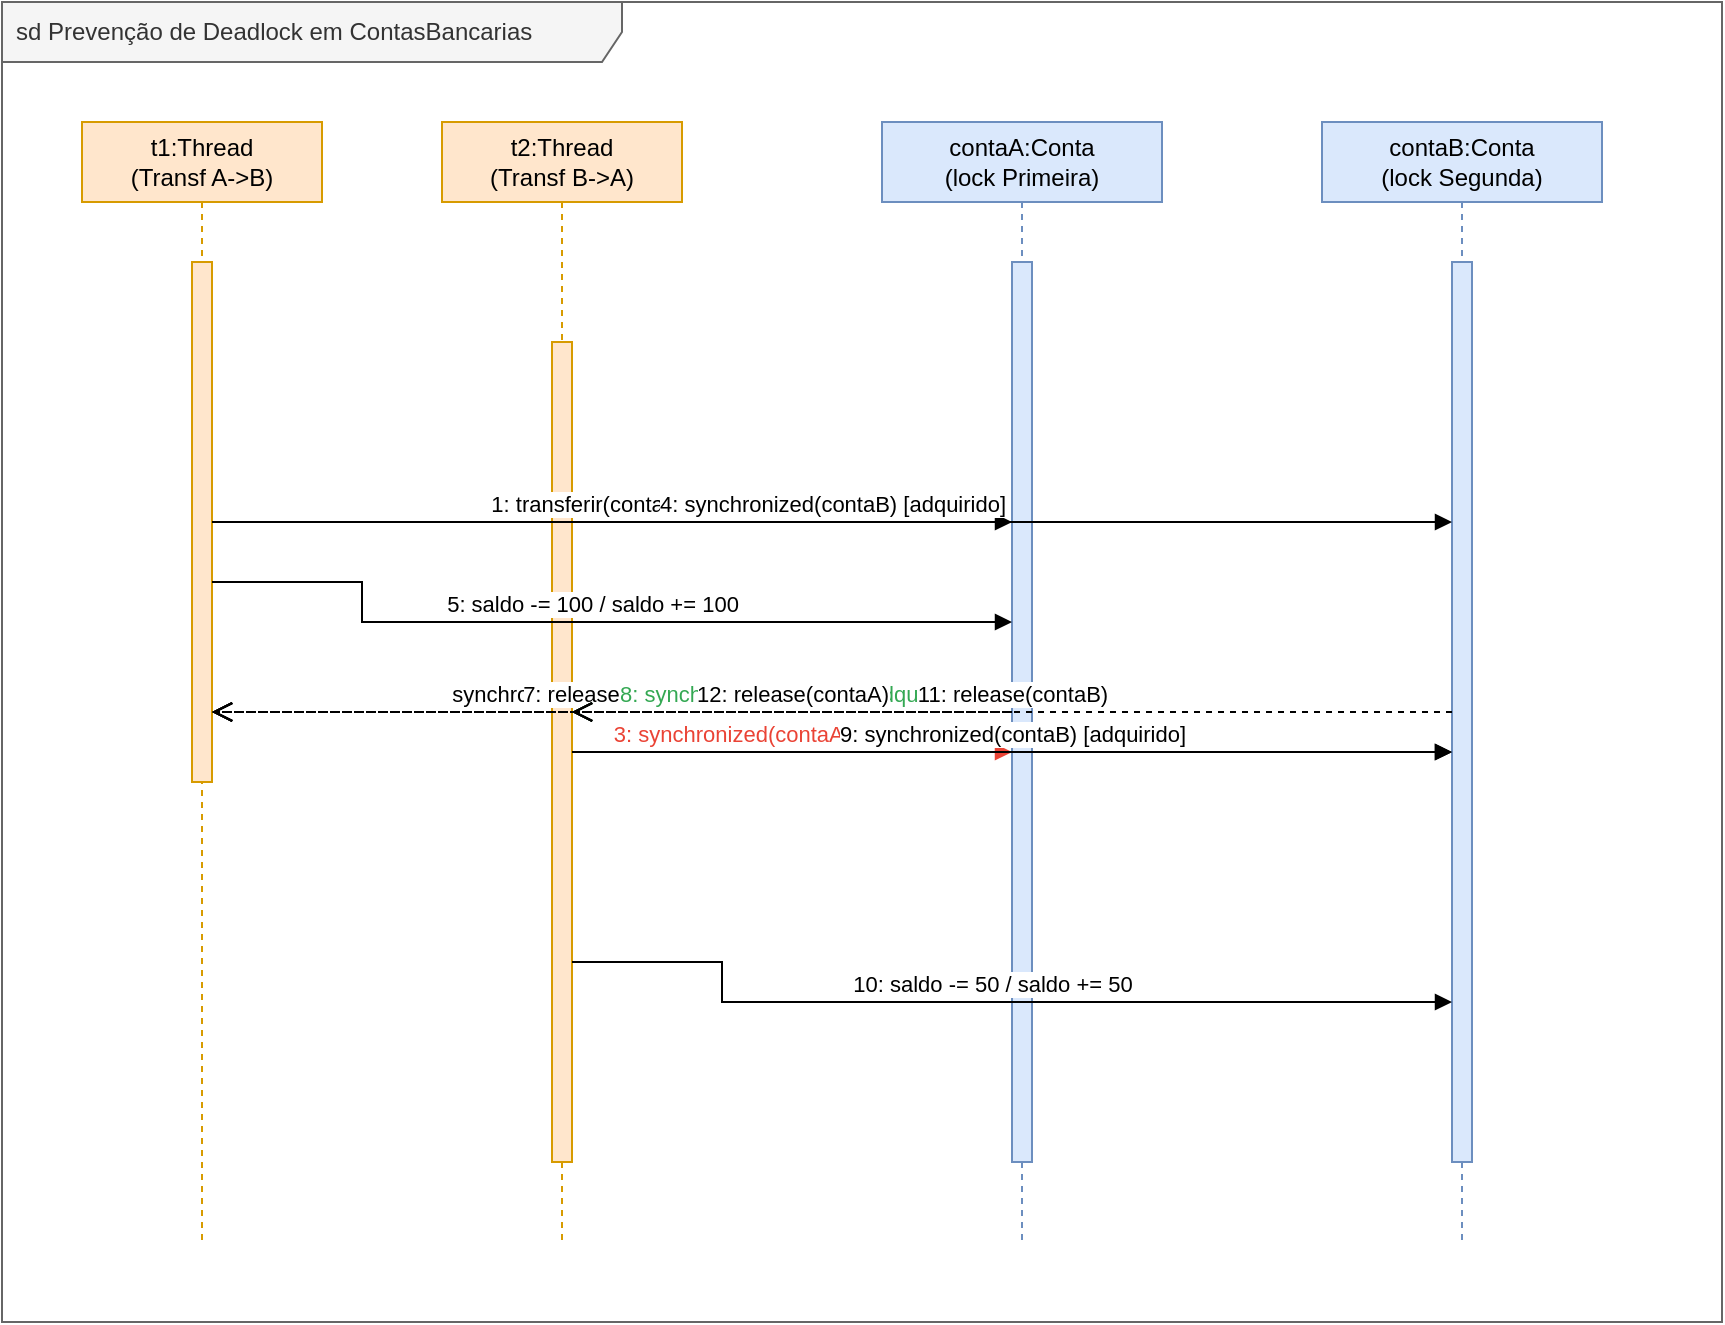
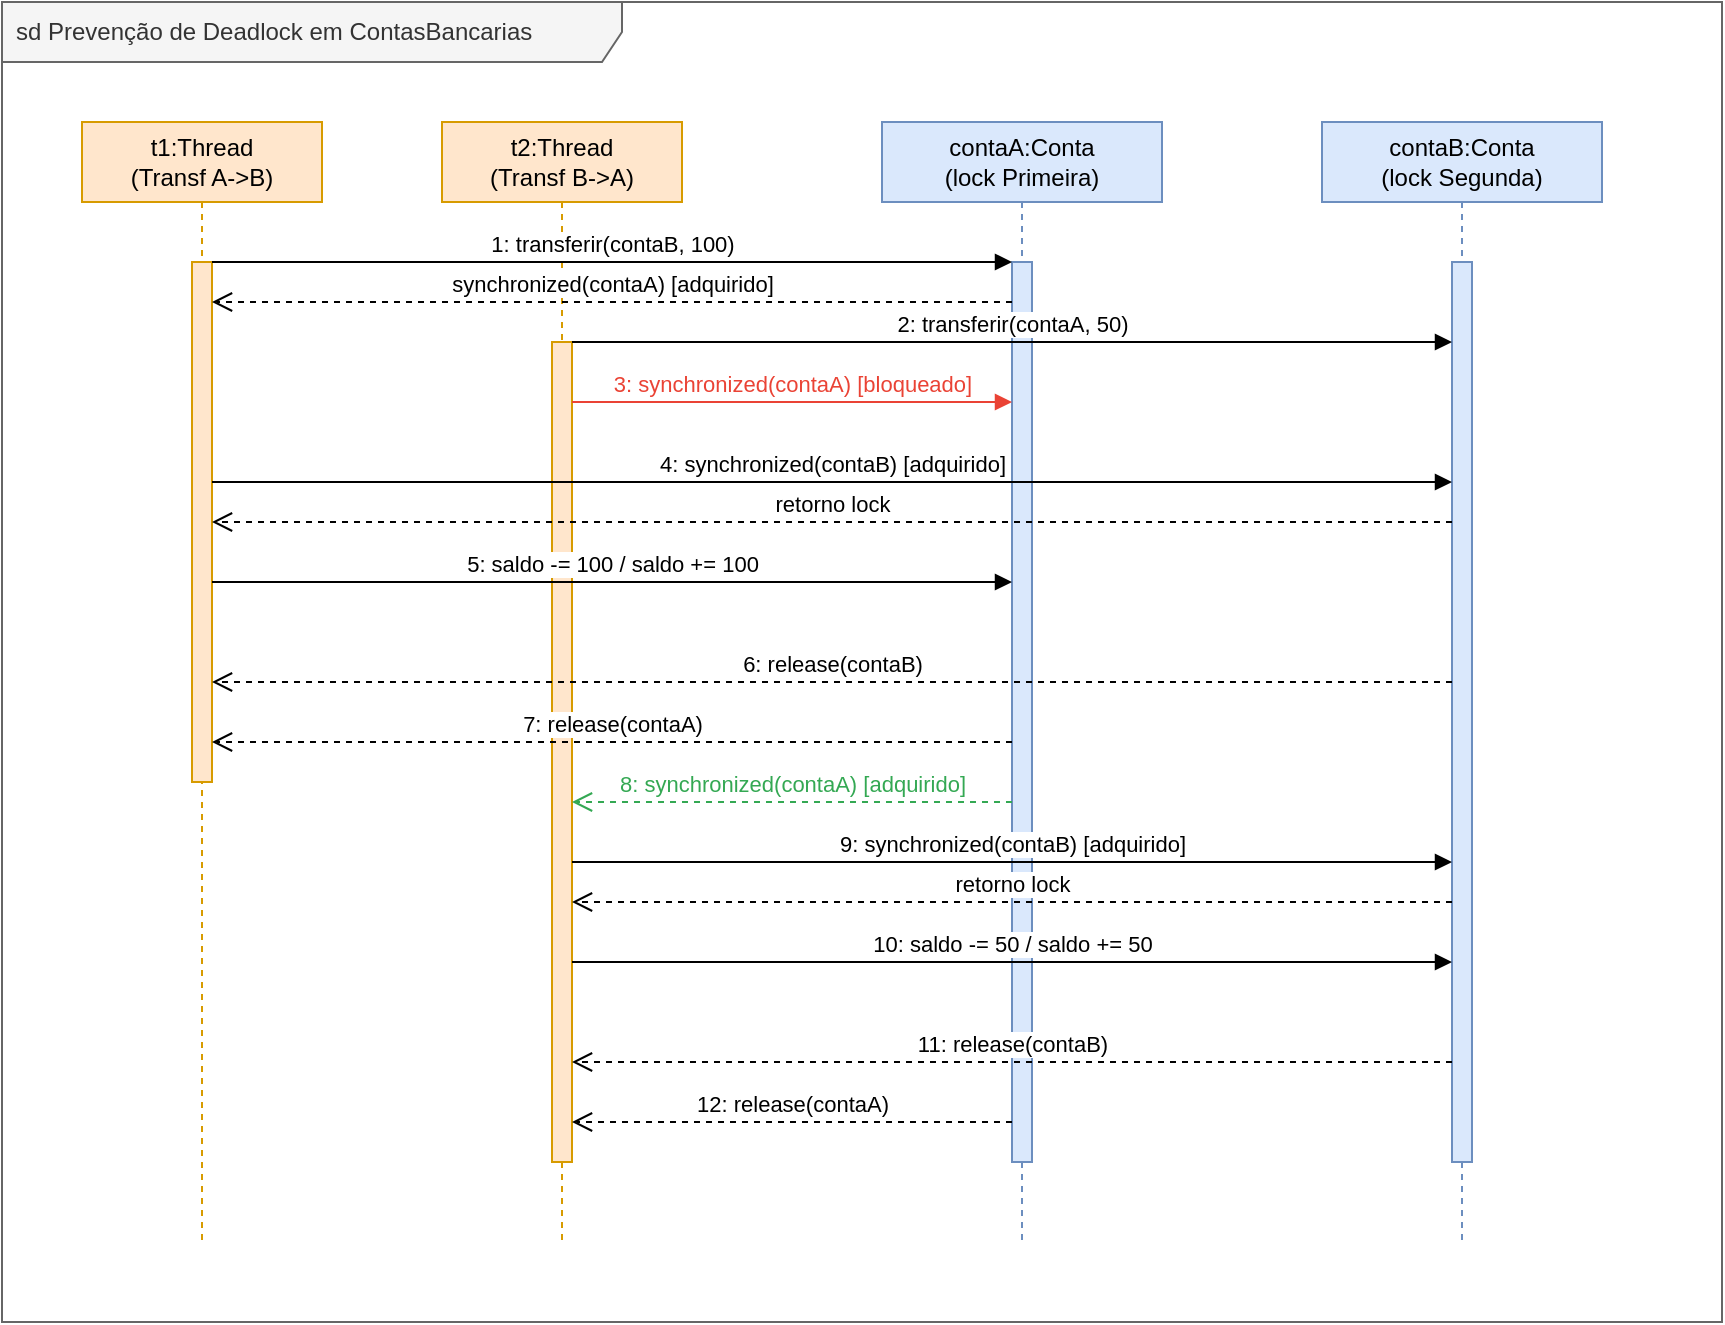
<mxfile host="65bd71144e" pages="1">
    <diagram id="contas_bancarias_sequence" name="Sequence Diagram">
-         <mxGraphModel dx="622" dy="611" grid="1" gridSize="10" guides="1" tooltips="1" connect="1" arrows="1" fold="1" page="1" pageScale="1" pageWidth="1000" pageHeight="800" math="0" shadow="0">
+         <mxGraphModel dx="312" dy="287" grid="1" gridSize="10" guides="1" tooltips="1" connect="1" arrows="1" fold="1" page="1" pageScale="1" pageWidth="1000" pageHeight="800" math="0" shadow="0">
            <root>
                <mxCell id="0"/>
                <mxCell id="1" parent="0"/>
                <mxCell id="frame_container" value="sd Prevenção de Deadlock em ContasBancarias" style="shape=umlFrame;whiteSpace=wrap;html=1;width=310;height=30;boundedLbl=1;verticalAlign=middle;align=left;spacingLeft=5;fillColor=#f5f5f5;fontColor=#333333;strokeColor=#666666;" parent="1" vertex="1">
                    <mxGeometry x="20" y="20" width="860" height="660" as="geometry"/>
                </mxCell>
-                 <mxCell id="lifeline_t1" value="t1:Thread&#xa;(Transf A-&gt;B)" style="shape=umlLifeline;perimeter=lifelinePerimeter;whiteSpace=wrap;html=1;container=1;collapsible=0;recursiveResize=0;outlineConnect=0;fillColor=#ffe6cc;strokeColor=#d79b00;" parent="1" vertex="1">
+                 <mxCell id="lifeline_t1" value="t1:Thread&#10;(Transf A-&gt;B)" style="shape=umlLifeline;perimeter=lifelinePerimeter;whiteSpace=wrap;html=1;container=1;collapsible=0;recursiveResize=0;outlineConnect=0;fillColor=#ffe6cc;strokeColor=#d79b00;" parent="1" vertex="1">
                    <mxGeometry x="60" y="80" width="120" height="560" as="geometry"/>
                </mxCell>
                <mxCell id="act_t1" value="" style="html=1;points=[];perimeter=orthogonalPerimeter;fillColor=#ffe6cc;strokeColor=#d79b00;" parent="lifeline_t1" vertex="1">
                    <mxGeometry x="55" y="70" width="10" height="260" as="geometry"/>
                </mxCell>
-                 <mxCell id="lifeline_t2" value="t2:Thread&#xa;(Transf B-&gt;A)" style="shape=umlLifeline;perimeter=lifelinePerimeter;whiteSpace=wrap;html=1;container=1;collapsible=0;recursiveResize=0;outlineConnect=0;fillColor=#ffe6cc;strokeColor=#d79b00;" parent="1" vertex="1">
+                 <mxCell id="lifeline_t2" value="t2:Thread&#10;(Transf B-&gt;A)" style="shape=umlLifeline;perimeter=lifelinePerimeter;whiteSpace=wrap;html=1;container=1;collapsible=0;recursiveResize=0;outlineConnect=0;fillColor=#ffe6cc;strokeColor=#d79b00;" parent="1" vertex="1">
                    <mxGeometry x="240" y="80" width="120" height="560" as="geometry"/>
                </mxCell>
                <mxCell id="act_t2" value="" style="html=1;points=[];perimeter=orthogonalPerimeter;fillColor=#ffe6cc;strokeColor=#d79b00;" parent="lifeline_t2" vertex="1">
                    <mxGeometry x="55" y="110" width="10" height="410" as="geometry"/>
                </mxCell>
-                 <mxCell id="lifeline_contaA" value="contaA:Conta&#xa;(lock Primeira)" style="shape=umlLifeline;perimeter=lifelinePerimeter;whiteSpace=wrap;html=1;container=1;collapsible=0;recursiveResize=0;outlineConnect=0;fillColor=#dae8fc;strokeColor=#6c8ebf;" parent="1" vertex="1">
+                 <mxCell id="lifeline_contaA" value="contaA:Conta&#10;(lock Primeira)" style="shape=umlLifeline;perimeter=lifelinePerimeter;whiteSpace=wrap;html=1;container=1;collapsible=0;recursiveResize=0;outlineConnect=0;fillColor=#dae8fc;strokeColor=#6c8ebf;" parent="1" vertex="1">
                    <mxGeometry x="460" y="80" width="140" height="560" as="geometry"/>
                </mxCell>
                <mxCell id="act_contaA" value="" style="html=1;points=[];perimeter=orthogonalPerimeter;fillColor=#dae8fc;strokeColor=#6c8ebf;" parent="lifeline_contaA" vertex="1">
                    <mxGeometry x="65" y="70" width="10" height="450" as="geometry"/>
                </mxCell>
-                 <mxCell id="lifeline_contaB" value="contaB:Conta&#xa;(lock Segunda)" style="shape=umlLifeline;perimeter=lifelinePerimeter;whiteSpace=wrap;html=1;container=1;collapsible=0;recursiveResize=0;outlineConnect=0;fillColor=#dae8fc;strokeColor=#6c8ebf;" parent="1" vertex="1">
+                 <mxCell id="lifeline_contaB" value="contaB:Conta&#10;(lock Segunda)" style="shape=umlLifeline;perimeter=lifelinePerimeter;whiteSpace=wrap;html=1;container=1;collapsible=0;recursiveResize=0;outlineConnect=0;fillColor=#dae8fc;strokeColor=#6c8ebf;" parent="1" vertex="1">
                    <mxGeometry x="680" y="80" width="140" height="560" as="geometry"/>
                </mxCell>
                <mxCell id="act_contaB" value="" style="html=1;points=[];perimeter=orthogonalPerimeter;fillColor=#dae8fc;strokeColor=#6c8ebf;" parent="lifeline_contaB" vertex="1">
                    <mxGeometry x="65" y="70" width="10" height="450" as="geometry"/>
                </mxCell>
-                 <mxCell id="msg_1" value="1: transferir(contaB, 100)" style="html=1;verticalAlign=bottom;endArrow=block;rounded=0;" parent="1" source="act_t1" target="act_contaA" edge="1">
+                 <mxCell id="msg_1" value="1: transferir(contaB, 100)" style="html=1;verticalAlign=bottom;endArrow=block;rounded=0;" parent="1" edge="1">
                    <mxGeometry relative="1" as="geometry">
                        <mxPoint x="125" y="150" as="sourcePoint"/>
-                         <mxPoint x="515" y="150" as="targetPoint"/>
+                         <mxPoint x="525" y="150" as="targetPoint"/>
                    </mxGeometry>
                </mxCell>
-                 <mxCell id="msg_2" value="synchronized(contaA) [adquirido]" style="html=1;verticalAlign=bottom;endArrow=open;dashed=1;endSize=8;rounded=0;" parent="1" source="act_contaA" target="act_t1" edge="1">
+                 <mxCell id="msg_2" value="synchronized(contaA) [adquirido]" style="html=1;verticalAlign=bottom;endArrow=open;dashed=1;endSize=8;rounded=0;" parent="1" edge="1">
                    <mxGeometry relative="1" as="geometry">
-                         <mxPoint x="515" y="170" as="sourcePoint"/>
+                         <mxPoint x="525" y="170" as="sourcePoint"/>
                        <mxPoint x="125" y="170" as="targetPoint"/>
                    </mxGeometry>
                </mxCell>
-                 <mxCell id="msg_3" value="2: transferir(contaA, 50)" style="html=1;verticalAlign=bottom;endArrow=block;rounded=0;" parent="1" source="act_t2" target="act_contaB" edge="1">
+                 <mxCell id="msg_3" value="2: transferir(contaA, 50)" style="html=1;verticalAlign=bottom;endArrow=block;rounded=0;" parent="1" edge="1">
                    <mxGeometry relative="1" as="geometry">
                        <mxPoint x="305" y="190" as="sourcePoint"/>
-                         <mxPoint x="735" y="190" as="targetPoint"/>
+                         <mxPoint x="745" y="190" as="targetPoint"/>
                    </mxGeometry>
                </mxCell>
-                 <mxCell id="msg_4" value="3: synchronized(contaA) [bloqueado]" style="html=1;verticalAlign=bottom;endArrow=block;rounded=0;strokeColor=#EA4335;fontColor=#EA4335;" parent="1" source="act_t2" target="act_contaA" edge="1">
+                 <mxCell id="msg_4" value="3: synchronized(contaA) [bloqueado]" style="html=1;verticalAlign=bottom;endArrow=block;rounded=0;strokeColor=#EA4335;fontColor=#EA4335;" parent="1" edge="1">
                    <mxGeometry relative="1" as="geometry">
                        <mxPoint x="305" y="220" as="sourcePoint"/>
-                         <mxPoint x="515" y="220" as="targetPoint"/>
+                         <mxPoint x="525" y="220" as="targetPoint"/>
                    </mxGeometry>
                </mxCell>
-                 <mxCell id="msg_5" value="4: synchronized(contaB) [adquirido]" style="html=1;verticalAlign=bottom;endArrow=block;rounded=0;" parent="1" source="act_t1" target="act_contaB" edge="1">
+                 <mxCell id="msg_5" value="4: synchronized(contaB) [adquirido]" style="html=1;verticalAlign=bottom;endArrow=block;rounded=0;" parent="1" edge="1">
                    <mxGeometry relative="1" as="geometry">
                        <mxPoint x="125" y="260" as="sourcePoint"/>
-                         <mxPoint x="735" y="260" as="targetPoint"/>
+                         <mxPoint x="745" y="260" as="targetPoint"/>
                    </mxGeometry>
                </mxCell>
-                 <mxCell id="msg_6" value="retorno lock" style="html=1;verticalAlign=bottom;endArrow=open;dashed=1;endSize=8;rounded=0;" parent="1" source="act_contaB" target="act_t1" edge="1">
+                 <mxCell id="msg_6" value="retorno lock" style="html=1;verticalAlign=bottom;endArrow=open;dashed=1;endSize=8;rounded=0;" parent="1" edge="1">
                    <mxGeometry relative="1" as="geometry">
-                         <mxPoint x="735" y="280" as="sourcePoint"/>
+                         <mxPoint x="745" y="280" as="sourcePoint"/>
                        <mxPoint x="125" y="280" as="targetPoint"/>
                    </mxGeometry>
                </mxCell>
-                 <mxCell id="msg_7" value="5: saldo -= 100 / saldo += 100" style="html=1;verticalAlign=bottom;endArrow=block;rounded=0;" parent="1" source="act_t1" target="act_contaA" edge="1">
+                 <mxCell id="msg_7" value="5: saldo -= 100 / saldo += 100" style="html=1;verticalAlign=bottom;endArrow=block;rounded=0;" parent="1" edge="1">
                    <mxGeometry relative="1" as="geometry">
                        <mxPoint x="125" y="310" as="sourcePoint"/>
-                         <mxPoint x="515" y="310" as="targetPoint"/>
+                         <mxPoint x="525" y="310" as="targetPoint"/>
                        <Array as="points">
                            <mxPoint x="200" y="310"/>
-                             <mxPoint x="200" y="330"/>
                        </Array>
                    </mxGeometry>
                </mxCell>
-                 <mxCell id="msg_8" value="6: release(contaB)" style="html=1;verticalAlign=bottom;endArrow=open;dashed=1;endSize=8;rounded=0;" parent="1" source="act_contaB" target="act_t1" edge="1">
+                 <mxCell id="msg_8" value="6: release(contaB)" style="html=1;verticalAlign=bottom;endArrow=open;dashed=1;endSize=8;rounded=0;" parent="1" edge="1">
                    <mxGeometry relative="1" as="geometry">
-                         <mxPoint x="735" y="360" as="sourcePoint"/>
+                         <mxPoint x="745" y="360" as="sourcePoint"/>
                        <mxPoint x="125" y="360" as="targetPoint"/>
                    </mxGeometry>
                </mxCell>
-                 <mxCell id="msg_9" value="7: release(contaA)" style="html=1;verticalAlign=bottom;endArrow=open;dashed=1;endSize=8;rounded=0;" parent="1" source="act_contaA" target="act_t1" edge="1">
+                 <mxCell id="msg_9" value="7: release(contaA)" style="html=1;verticalAlign=bottom;endArrow=open;dashed=1;endSize=8;rounded=0;" parent="1" edge="1">
                    <mxGeometry relative="1" as="geometry">
-                         <mxPoint x="515" y="390" as="sourcePoint"/>
+                         <mxPoint x="525" y="390" as="sourcePoint"/>
                        <mxPoint x="125" y="390" as="targetPoint"/>
                    </mxGeometry>
                </mxCell>
-                 <mxCell id="msg_10" value="8: synchronized(contaA) [adquirido]" style="html=1;verticalAlign=bottom;endArrow=open;dashed=1;endSize=8;rounded=0;strokeColor=#34A853;fontColor=#34A853;" parent="1" source="act_contaA" target="act_t2" edge="1">
+                 <mxCell id="msg_10" value="8: synchronized(contaA) [adquirido]" style="html=1;verticalAlign=bottom;endArrow=open;dashed=1;endSize=8;rounded=0;strokeColor=#34A853;fontColor=#34A853;" parent="1" edge="1">
                    <mxGeometry relative="1" as="geometry">
-                         <mxPoint x="515" y="420" as="sourcePoint"/>
+                         <mxPoint x="525" y="420" as="sourcePoint"/>
                        <mxPoint x="305" y="420" as="targetPoint"/>
                    </mxGeometry>
                </mxCell>
-                 <mxCell id="msg_11" value="9: synchronized(contaB) [adquirido]" style="html=1;verticalAlign=bottom;endArrow=block;rounded=0;" parent="1" source="act_t2" target="act_contaB" edge="1">
+                 <mxCell id="msg_11" value="9: synchronized(contaB) [adquirido]" style="html=1;verticalAlign=bottom;endArrow=block;rounded=0;" parent="1" edge="1">
                    <mxGeometry relative="1" as="geometry">
                        <mxPoint x="305" y="450" as="sourcePoint"/>
-                         <mxPoint x="735" y="450" as="targetPoint"/>
+                         <mxPoint x="745" y="450" as="targetPoint"/>
                    </mxGeometry>
                </mxCell>
-                 <mxCell id="msg_12" value="retorno lock" style="html=1;verticalAlign=bottom;endArrow=open;dashed=1;endSize=8;rounded=0;" parent="1" source="act_contaB" target="act_t2" edge="1">
+                 <mxCell id="msg_12" value="retorno lock" style="html=1;verticalAlign=bottom;endArrow=open;dashed=1;endSize=8;rounded=0;" parent="1" edge="1">
                    <mxGeometry relative="1" as="geometry">
-                         <mxPoint x="735" y="470" as="sourcePoint"/>
+                         <mxPoint x="745" y="470" as="sourcePoint"/>
                        <mxPoint x="305" y="470" as="targetPoint"/>
                    </mxGeometry>
                </mxCell>
-                 <mxCell id="msg_13" value="10: saldo -= 50 / saldo += 50" style="html=1;verticalAlign=bottom;endArrow=block;rounded=0;" parent="1" source="act_t2" target="act_contaB" edge="1">
+                 <mxCell id="msg_13" value="10: saldo -= 50 / saldo += 50" style="html=1;verticalAlign=bottom;endArrow=block;rounded=0;" parent="1" edge="1">
                    <mxGeometry relative="1" as="geometry">
                        <mxPoint x="305" y="500" as="sourcePoint"/>
-                         <mxPoint x="735" y="500" as="targetPoint"/>
+                         <mxPoint x="745" y="500" as="targetPoint"/>
                        <Array as="points">
                            <mxPoint x="380" y="500"/>
-                             <mxPoint x="380" y="520"/>
                        </Array>
                    </mxGeometry>
                </mxCell>
-                 <mxCell id="msg_14" value="11: release(contaB)" style="html=1;verticalAlign=bottom;endArrow=open;dashed=1;endSize=8;rounded=0;" parent="1" source="act_contaB" target="act_t2" edge="1">
+                 <mxCell id="msg_14" value="11: release(contaB)" style="html=1;verticalAlign=bottom;endArrow=open;dashed=1;endSize=8;rounded=0;" parent="1" edge="1">
                    <mxGeometry relative="1" as="geometry">
-                         <mxPoint x="735" y="550" as="sourcePoint"/>
+                         <mxPoint x="745" y="550" as="sourcePoint"/>
                        <mxPoint x="305" y="550" as="targetPoint"/>
                    </mxGeometry>
                </mxCell>
-                 <mxCell id="msg_15" value="12: release(contaA)" style="html=1;verticalAlign=bottom;endArrow=open;dashed=1;endSize=8;rounded=0;" parent="1" source="act_contaA" target="act_t2" edge="1">
+                 <mxCell id="msg_15" value="12: release(contaA)" style="html=1;verticalAlign=bottom;endArrow=open;dashed=1;endSize=8;rounded=0;" parent="1" edge="1">
                    <mxGeometry relative="1" as="geometry">
-                         <mxPoint x="515" y="580" as="sourcePoint"/>
+                         <mxPoint x="525" y="580" as="sourcePoint"/>
                        <mxPoint x="305" y="580" as="targetPoint"/>
                    </mxGeometry>
                </mxCell>
            </root>
        </mxGraphModel>
    </diagram>
</mxfile>